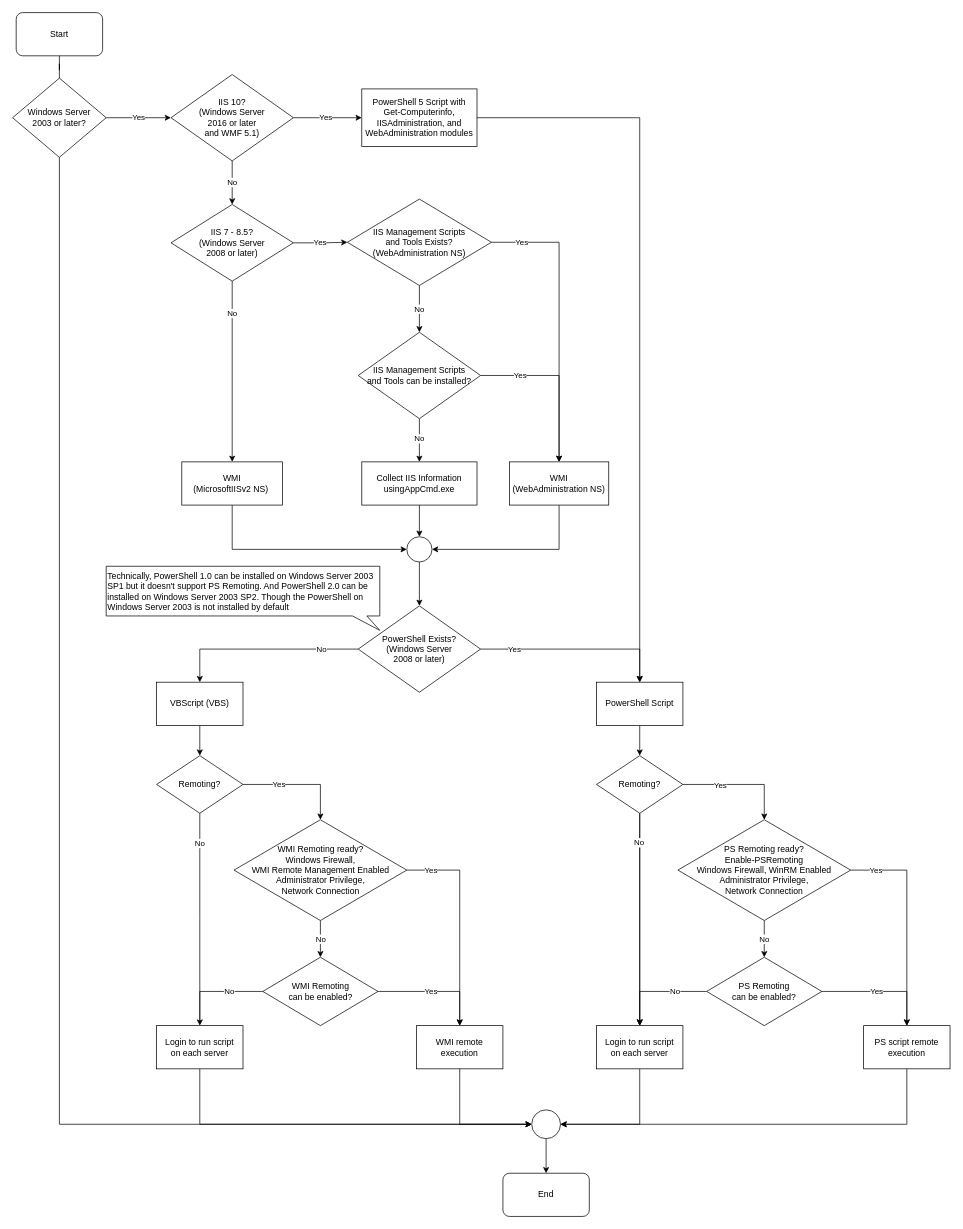
This is decision-path.drawio from audomsak/iis-programatic-administration, a draw.io file, before an edit. Source tidied: cells renumbered, new cells numbered last; positions are measured from the earlier drawing's top-left corner, leaving out a move shared by most shapes. Both pictures are drawn from the tidied source at 72%, with x=0, y=0 at pixel (12, 12).
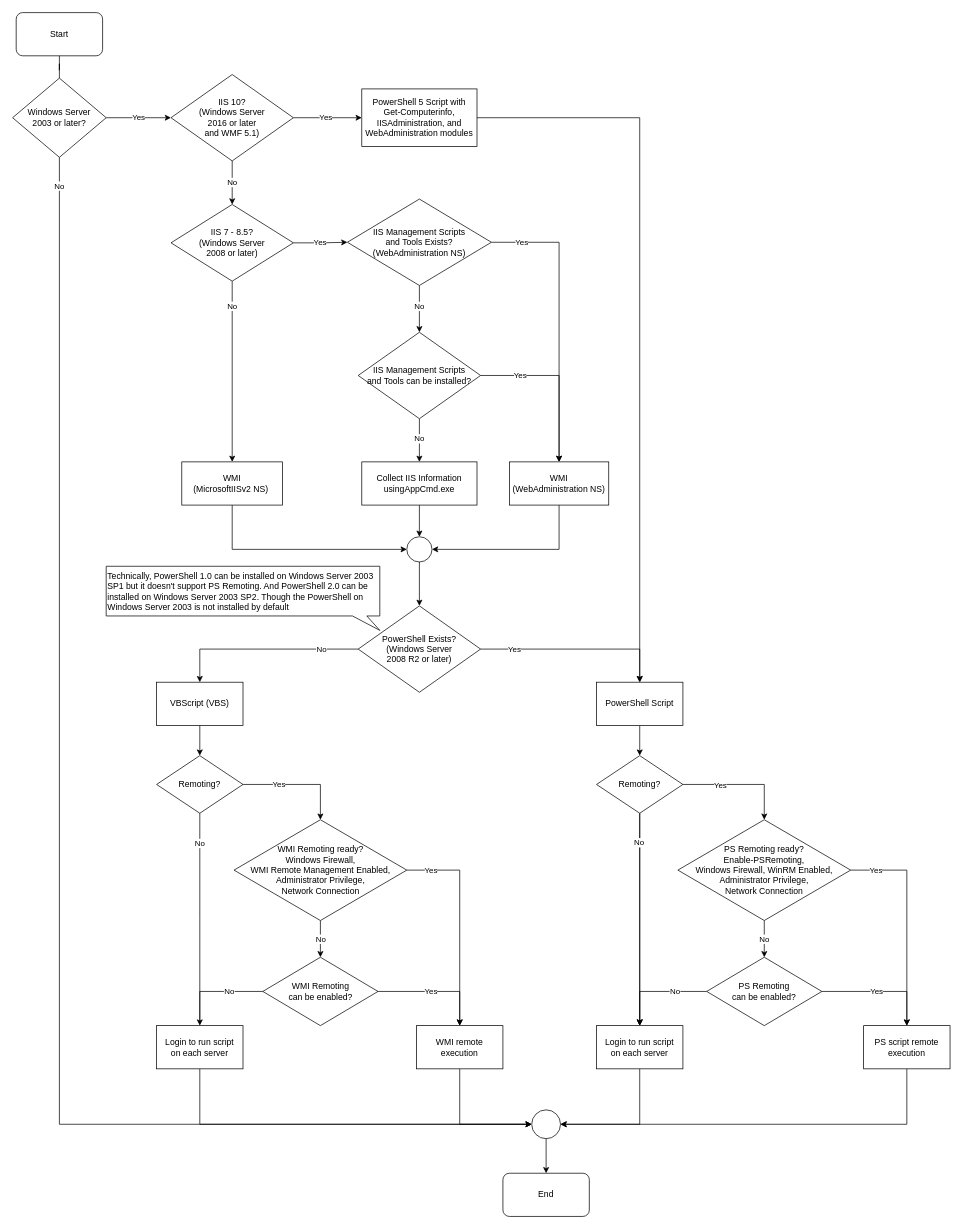
After the change.

Commit message (it also covers changes not shown here):
Updated decision path diagram

The change refers to these unchanged cells:
```xml
<mxCell id="16" value="IIS Management Scripts&lt;br&gt;and Tools Exists?&lt;br&gt;(WebAdministration NS)" style="rhombus;whiteSpace=wrap;html=1;" parent="1" vertex="1">
  <mxGeometry x="465" y="259" width="200" height="120" as="geometry" />
</mxCell>
<mxCell id="25" value="IIS Management Scripts&lt;br&gt;and Tools can be installed?" style="rhombus;whiteSpace=wrap;html=1;" parent="1" vertex="1">
  <mxGeometry x="480" y="444" width="170" height="120" as="geometry" />
</mxCell>
<mxCell id="28" value="IIS 7 - 8.5?&lt;br&gt;(Windows Server &lt;br&gt;2008 or later)" style="rhombus;whiteSpace=wrap;html=1;" parent="1" vertex="1">
  <mxGeometry x="220" y="266.5" width="170" height="106.5" as="geometry" />
</mxCell>
<mxCell id="30" value="Windows Server&lt;br&gt;2003 or later?" style="rhombus;whiteSpace=wrap;html=1;" parent="1" vertex="1">
  <mxGeometry y="91" width="130" height="110" as="geometry" />
</mxCell>
<mxCell id="33" value="WMI &lt;br&gt;(MicrosoftIISv2 NS)&amp;nbsp;" style="rounded=0;whiteSpace=wrap;html=1;" parent="1" vertex="1">
  <mxGeometry x="235" y="624" width="140" height="60" as="geometry" />
</mxCell>
<mxCell id="66" style="ellipse;whiteSpace=wrap;html=1;" parent="1" vertex="1">
  <mxGeometry x="721" y="1524" width="40" height="40" as="geometry" />
</mxCell>
```

The edit, as a diff of the source:
```diff
@@
-    <mxCell id="15" value="No" style="edgeStyle=orthogonalEdgeStyle;rounded=0;jettySize=auto;html=1;" parent="1" edge="1" source="16" target="25">
-      <mxGeometry relative="1" as="geometry">
-        <Array as="points">
-          <mxPoint x="565" y="408" />
-          <mxPoint x="565" y="408" />
-        </Array>
-      </mxGeometry>
+    <mxCell id="15" value="No" style="edgeStyle=orthogonalEdgeStyle;rounded=0;jettySize=auto;html=1;entryX=0.5;entryY=0;entryDx=0;entryDy=0;" parent="1" edge="1" source="16" target="25">
+      <mxGeometry x="-0.11" relative="1" as="geometry" />
     </mxCell>
@@
     <mxCell id="27" value="No" style="edgeStyle=orthogonalEdgeStyle;rounded=0;jettySize=auto;html=1;entryX=0.5;entryY=0;entryDx=0;entryDy=0;" parent="1" edge="1" source="28" target="33">
-      <mxGeometry x="-0.64" relative="1" as="geometry" />
+      <mxGeometry x="-0.72" relative="1" as="geometry" />
     </mxCell>
@@
-    <mxCell id="29" style="edgeStyle=orthogonalEdgeStyle;rounded=0;jettySize=auto;html=1;entryX=0;entryY=0.5;entryDx=0;entryDy=0;" parent="1" edge="1" source="30" target="66">
-      <mxGeometry relative="1" as="geometry">
+    <mxCell id="29" value="No" style="edgeStyle=orthogonalEdgeStyle;rounded=0;jettySize=auto;html=1;entryX=0;entryY=0.5;entryDx=0;entryDy=0;" parent="1" edge="1" source="30" target="66">
+      <mxGeometry x="-0.96" relative="1" as="geometry">
         <Array as="points">
           <mxPoint x="65" y="1544" />
         </Array>
       </mxGeometry>
     </mxCell>
@@
-    <mxCell id="36" value="PowerShell Exists?&lt;br&gt;(Windows Server &lt;br&gt;2008 or later)" style="rhombus;whiteSpace=wrap;html=1;align=center;" parent="1" vertex="1">
+    <mxCell id="36" value="PowerShell Exists?&lt;br&gt;(Windows Server &lt;br&gt;2008 R2 or later)" style="rhombus;whiteSpace=wrap;html=1;align=center;" parent="1" vertex="1">
       <mxGeometry x="480" y="824" width="170" height="120" as="geometry" />
     </mxCell>
@@
-    <mxCell id="44" value="WMI Remoting ready?&lt;br&gt;Windows Firewall, &lt;br&gt;WMI Remote Management Enabled&lt;br&gt;Administrator Privilege,&lt;br&gt;Network Connection" style="rhombus;whiteSpace=wrap;html=1;" parent="1" vertex="1">
+    <mxCell id="44" value="WMI Remoting ready?&lt;br&gt;Windows Firewall, &lt;br&gt;WMI Remote Management Enabled,&lt;br&gt;Administrator Privilege,&lt;br&gt;Network Connection" style="rhombus;whiteSpace=wrap;html=1;" parent="1" vertex="1">
       <mxGeometry x="307.5" y="1121" width="240" height="140" as="geometry" />
     </mxCell>
@@
-    <mxCell id="56" value="PS Remoting ready?&lt;br&gt;Enable-PSRemoting&lt;br&gt;Windows Firewall, WinRM Enabled&lt;br&gt;Administrator Privilege,&lt;br&gt;Network Connection" style="rhombus;whiteSpace=wrap;html=1;" parent="1" vertex="1">
+    <mxCell id="56" value="PS Remoting ready?&lt;br&gt;Enable-PSRemoting,&lt;br&gt;Windows Firewall, WinRM Enabled,&lt;br&gt;Administrator Privilege,&lt;br&gt;Network Connection" style="rhombus;whiteSpace=wrap;html=1;" parent="1" vertex="1">
       <mxGeometry x="924" y="1121" width="240" height="140" as="geometry" />
     </mxCell>
```
